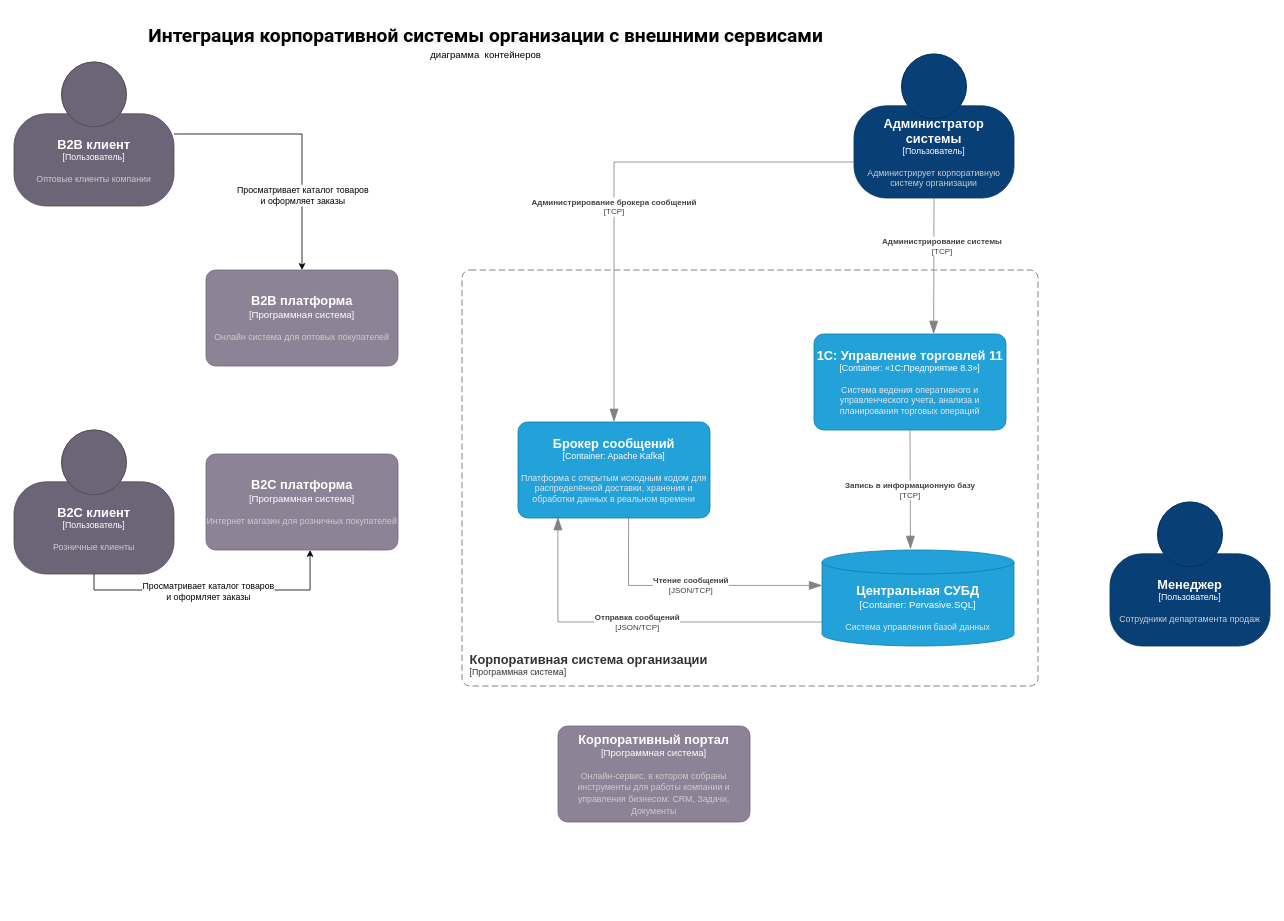
Before: Component_Diagram.drawio in OlegM161/draw, a draw.io diagram. Source tidied: cells renumbered, new cells numbered last; positions are measured from the earlier drawing's top-left corner, leaving out a move shared by most shapes. Both pictures are drawn from the tidied source at 80%, with x=0, y=0 at pixel (14, 14).
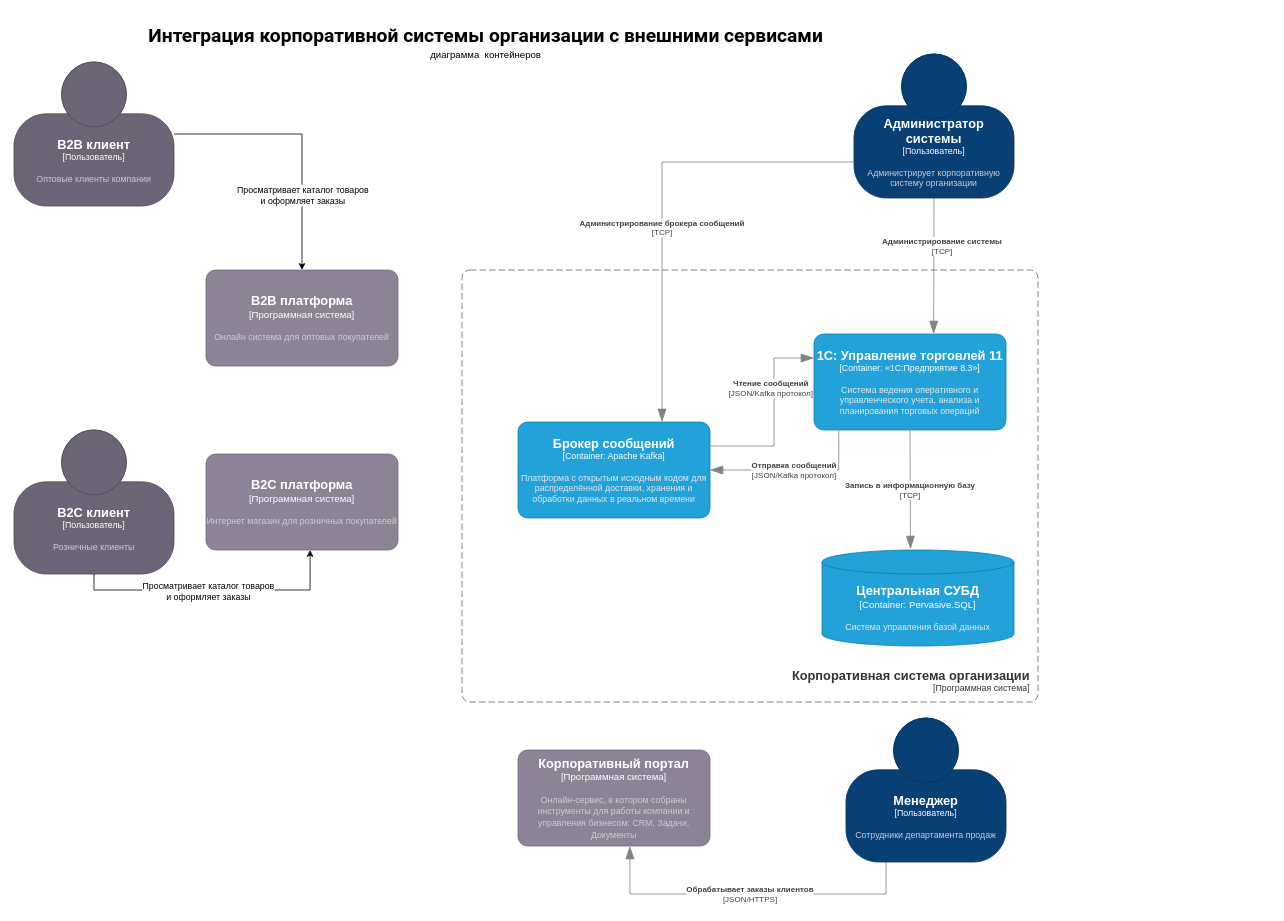
The same diagram, later.

Unchanged cells that the change refers to:
```xml
<object id="2" label="&lt;font style=&quot;font-size: 16px&quot;&gt;&lt;b&gt;%c4Name%&lt;/b&gt;&lt;/font&gt;&lt;div&gt;[%c4Type%]&lt;/div&gt;&lt;br&gt;&lt;div&gt;&lt;font style=&quot;font-size: 11px&quot;&gt;&lt;font color=&quot;#cccccc&quot;&gt;%c4Description%&lt;/font&gt;&lt;/div&gt;" c4Description="Администрирует корпоративную систему организации" c4Name="Администратор системы" c4Type="Пользователь" placeholders="1">
  <mxCell style="html=1;fontSize=11;dashed=0;whiteSpace=wrap;fillColor=#083F75;strokeColor=#06315C;fontColor=#ffffff;shape=mxgraph.c4.person2;align=center;points=[[0.5,0,0],[1,0.5,0],[1,0.75,0],[0.75,1,0],[0.5,1,0],[0.25,1,0],[0,0.75,0],[0,0.5,0]];" parent="1" vertex="1">
    <mxGeometry x="1050" y="50" width="200" height="180" as="geometry" />
  </mxCell>
</object>
<object id="15" label="&lt;font style=&quot;font-size: 16px&quot;&gt;&lt;b&gt;%c4Name%&lt;/b&gt;&lt;/font&gt;&lt;div&gt;[%c4Type%:&amp;nbsp;%c4Technology%]&lt;/div&gt;&lt;br&gt;&lt;div&gt;&lt;font style=&quot;font-size: 11px&quot;&gt;&lt;font color=&quot;#E6E6E6&quot;&gt;%c4Description%&lt;/font&gt;&lt;/div&gt;" c4Description="Система управления базой данных" c4Name="Центральная СУБД" c4Technology="Pervasive.SQL" c4Type="Container" placeholders="1">
  <mxCell style="shape=cylinder3;size=15;whiteSpace=wrap;html=1;boundedLbl=1;rounded=0;labelBackgroundColor=none;fillColor=#23A2D9;fontSize=12;fontColor=#ffffff;align=center;strokeColor=#0E7DAD;points=[[0.5,0,0],[1,0.25,0],[1,0.5,0],[1,0.75,0],[0.5,1,0],[0,0.75,0],[0,0.5,0],[0,0.25,0]];" parent="1" vertex="1">
    <mxGeometry x="1010" y="670" width="240" height="120" as="geometry" />
  </mxCell>
</object>
<object id="16" label="&lt;font style=&quot;font-size: 16px&quot;&gt;&lt;b&gt;%c4Name%&lt;/b&gt;&lt;/font&gt;&lt;div&gt;[%c4Type%: %c4Technology%]&lt;/div&gt;&lt;br&gt;&lt;div&gt;&lt;font style=&quot;font-size: 11px&quot;&gt;&lt;font color=&quot;#E6E6E6&quot;&gt;%c4Description%&lt;/font&gt;&lt;/div&gt;" c4Description="Платформа с открытым исходным кодом для распределённой доставки, хранения и обработки данных в реальном времени" c4Name="Брокер сообщений" c4Technology="Apache Kafka" c4Type="Container" placeholders="1">
  <mxCell style="rounded=1;whiteSpace=wrap;html=1;fontSize=11;labelBackgroundColor=none;fillColor=#23A2D9;fontColor=#ffffff;align=center;arcSize=10;strokeColor=#0E7DAD;points=[[0.25,0,0],[0.5,0,0],[0.75,0,0],[1,0.25,0],[1,0.5,0],[1,0.75,0],[0.75,1,0],[0.5,1,0],[0.25,1,0],[0,0.75,0],[0,0.5,0],[0,0.25,0]];" parent="1" vertex="1">
    <mxGeometry x="630" y="510" width="240" height="120" as="geometry" />
  </mxCell>
</object>
<object id="17" label="&lt;font style=&quot;font-size: 16px&quot;&gt;&lt;b&gt;%c4Name%&lt;/b&gt;&lt;/font&gt;&lt;div&gt;[%c4Type%: %c4Technology%]&lt;/div&gt;&lt;br&gt;&lt;div&gt;&lt;font style=&quot;font-size: 11px&quot;&gt;&lt;font color=&quot;#E6E6E6&quot;&gt;%c4Description%&lt;/font&gt;&lt;/div&gt;" c4Description="Система ведения оперативного и управленческого учета, анализа и планирования торговых операций" c4Name="1C: Управление торговлей 11" c4Technology="«1С:Предприятие 8.3»" c4Type="Container" placeholders="1">
  <mxCell style="rounded=1;whiteSpace=wrap;html=1;fontSize=11;labelBackgroundColor=none;fillColor=#23A2D9;fontColor=#ffffff;align=center;arcSize=10;strokeColor=#0E7DAD;points=[[0.25,0,0],[0.5,0,0],[0.75,0,0],[1,0.25,0],[1,0.5,0],[1,0.75,0],[0.75,1,0],[0.5,1,0],[0.25,1,0],[0,0.75,0],[0,0.5,0],[0,0.25,0]];" parent="1" vertex="1">
    <mxGeometry x="1000" y="400" width="240" height="120" as="geometry" />
  </mxCell>
</object>
```

The edit, as a diff of the source:
```diff
@@
     <object id="3" label="&lt;font style=&quot;font-size: 16px&quot;&gt;&lt;b&gt;%c4Name%&lt;/b&gt;&lt;/font&gt;&lt;div&gt;[%c4Type%]&lt;/div&gt;&lt;br&gt;&lt;div&gt;&lt;font style=&quot;font-size: 11px&quot;&gt;&lt;font color=&quot;#cccccc&quot;&gt;%c4Description%&lt;/font&gt;&lt;/div&gt;" c4Description="Онлайн система для оптовых покупателей" c4Name="B2B платформа" c4Type="Программная система" placeholders="1">
-      <mxCell style="rounded=1;whiteSpace=wrap;html=1;labelBackgroundColor=none;fillColor=#8C8496;fontColor=#ffffff;align=center;arcSize=10;strokeColor=#736782;points=[[0.25,0,0],[0.5,0,0],[0.75,0,0],[1,0.25,0],[1,0.5,0],[1,0.75,0],[0.75,1,0],[0.5,1,0],[0.25,1,0],[0,0.75,0],[0,0.5,0],[0,0.25,0]];" parent="1" vertex="1">
+      <mxCell style="rounded=1;whiteSpace=wrap;html=1;labelBackgroundColor=none;fillColor=#8C8496;fontColor=#ffffff;align=center;arcSize=10;strokeColor=#736782;points=[[0.25,0,0],[0.5,0,0],[0.75,0,0],[1,0.25,0],[1,0.5,0],[1,0.75,0],[0.75,1,0],[0.5,1,0],[0.25,1,0],[0,0.75,0],[0,0.5,0],[0,0.25,0]];imageWidth=24;imageHeight=24;" parent="1" vertex="1">
         <mxGeometry x="240" y="320" width="240" height="120" as="geometry" />
       </mxCell>
     </object>
@@
     <object id="5" label="&lt;font style=&quot;font-size: 16px&quot;&gt;&lt;b&gt;%c4Name%&lt;/b&gt;&lt;/font&gt;&lt;div&gt;[%c4Type%]&lt;/div&gt;&lt;br&gt;&lt;div&gt;&lt;font style=&quot;font-size: 11px&quot;&gt;&lt;font color=&quot;#cccccc&quot;&gt;%c4Description%&lt;/font&gt;&lt;/div&gt;" c4Description="Онлайн-сервис, в котором собраны инструменты для работы компании и управления бизнесом: CRM, Задачи, Документы" c4Name="Корпоративный портал" c4Type="Программная система" placeholders="1">
       <mxCell style="rounded=1;whiteSpace=wrap;html=1;labelBackgroundColor=none;fillColor=#8C8496;fontColor=#ffffff;align=center;arcSize=10;strokeColor=#736782;points=[[0.25,0,0],[0.5,0,0],[0.75,0,0],[1,0.25,0],[1,0.5,0],[1,0.75,0],[0.75,1,0],[0.5,1,0],[0.25,1,0],[0,0.75,0],[0,0.5,0],[0,0.25,0]];" parent="1" vertex="1">
-        <mxGeometry x="680" y="890" width="240" height="120" as="geometry" />
+        <mxGeometry x="630" y="920" width="240" height="120" as="geometry" />
       </mxCell>
     </object>
@@
     <object id="10" label="&lt;font style=&quot;font-size: 16px&quot;&gt;&lt;b&gt;%c4Name%&lt;/b&gt;&lt;/font&gt;&lt;div&gt;[%c4Type%]&lt;/div&gt;&lt;br&gt;&lt;div&gt;&lt;font style=&quot;font-size: 11px&quot;&gt;&lt;font color=&quot;#cccccc&quot;&gt;%c4Description%&lt;/font&gt;&lt;/div&gt;" c4Description="Сотрудники департамента продаж" c4Name="Менеджер" c4Type="Пользователь" placeholders="1">
       <mxCell style="html=1;fontSize=11;dashed=0;whiteSpace=wrap;fillColor=#083F75;strokeColor=#06315C;fontColor=#ffffff;shape=mxgraph.c4.person2;align=center;points=[[0.5,0,0],[1,0.5,0],[1,0.75,0],[0.75,1,0],[0.5,1,0],[0.25,1,0],[0,0.75,0],[0,0.5,0]];" parent="1" vertex="1">
-        <mxGeometry x="1370" y="610" width="200" height="180" as="geometry" />
+        <mxGeometry x="1040" y="880" width="200" height="180" as="geometry" />
       </mxCell>
     </object>
@@
-    <object id="14" label="&lt;font style=&quot;font-size: 16px&quot;&gt;&lt;b&gt;&lt;div style=&quot;text-align: left&quot;&gt;%c4Name%&lt;/div&gt;&lt;/b&gt;&lt;/font&gt;&lt;div style=&quot;text-align: left&quot;&gt;[%c4Application%]&lt;/div&gt;" c4Application="Программная система" c4Name="Корпоративная система организации" placeholders="1">
-      <mxCell style="rounded=1;fontSize=11;whiteSpace=wrap;html=1;dashed=1;arcSize=20;fillColor=none;strokeColor=#666666;fontColor=#333333;labelBackgroundColor=none;align=left;verticalAlign=bottom;labelBorderColor=none;spacingTop=0;spacing=10;dashPattern=8 4;perimeter=rectanglePerimeter;noLabel=0;labelPadding=0;absoluteArcSize=1;" parent="1" vertex="1">
-        <mxGeometry x="560" y="320" width="720" height="520" as="geometry" />
+    <object id="14" label="&lt;font style=&quot;font-size: 16px&quot;&gt;&lt;b&gt;&lt;div style=&quot;&quot;&gt;%c4Name%&lt;/div&gt;&lt;/b&gt;&lt;/font&gt;&lt;div style=&quot;&quot;&gt;[%c4Application%]&lt;/div&gt;" c4Application="Программная система" c4Name="Корпоративная система организации" placeholders="1">
+      <mxCell style="rounded=1;fontSize=11;whiteSpace=wrap;html=1;dashed=1;arcSize=20;fillColor=none;strokeColor=#666666;fontColor=#333333;labelBackgroundColor=none;align=right;verticalAlign=bottom;labelBorderColor=none;spacingTop=0;spacing=10;dashPattern=8 4;perimeter=rectanglePerimeter;noLabel=0;labelPadding=0;absoluteArcSize=1;" parent="1" vertex="1">
+        <mxGeometry x="560" y="320" width="720" height="540" as="geometry" />
       </mxCell>
     </object>
@@
     <object id="18" label="&lt;div style=&quot;text-align: left&quot;&gt;&lt;div style=&quot;text-align: center&quot;&gt;&lt;b&gt;%c4Description%&lt;/b&gt;&lt;/div&gt;&lt;div style=&quot;text-align: center&quot;&gt;[%c4Technology%]&lt;/div&gt;&lt;/div&gt;" c4Description="Администрирование брокера сообщений" c4Technology="TCP" placeholders="1">
-      <mxCell style="endArrow=blockThin;html=1;fontSize=10;fontColor=#404040;strokeWidth=1;endFill=1;strokeColor=#828282;elbow=vertical;endSize=14;startSize=14;jumpStyle=arc;jumpSize=16;rounded=0;edgeStyle=orthogonalEdgeStyle;exitX=0;exitY=0.75;exitDx=0;exitDy=0;exitPerimeter=0;" parent="1" edge="1" source="2" target="16">
+      <mxCell style="endArrow=blockThin;html=1;fontSize=10;fontColor=#404040;strokeWidth=1;endFill=1;strokeColor=#828282;elbow=vertical;endSize=14;startSize=14;jumpStyle=arc;jumpSize=16;rounded=0;edgeStyle=orthogonalEdgeStyle;exitX=0;exitY=0.75;exitDx=0;exitDy=0;exitPerimeter=0;entryX=0.75;entryY=0;entryDx=0;entryDy=0;entryPerimeter=0;" parent="1" edge="1" source="2" target="16">
         <mxGeometry x="0.14" relative="1" as="geometry" />
       </mxCell>
     </object>
@@
-    <object id="21" label="&lt;div style=&quot;text-align: left&quot;&gt;&lt;div style=&quot;text-align: center&quot;&gt;&lt;b&gt;%c4Description%&lt;/b&gt;&lt;/div&gt;&lt;div style=&quot;text-align: center&quot;&gt;[%c4Technology%]&lt;/div&gt;&lt;/div&gt;" c4Description="Чтение сообщений" c4Technology="JSON/TCP" placeholders="1">
-      <mxCell style="endArrow=blockThin;html=1;fontSize=10;fontColor=#404040;strokeWidth=1;endFill=1;strokeColor=#828282;elbow=vertical;endSize=14;startSize=14;jumpStyle=arc;jumpSize=16;rounded=0;edgeStyle=orthogonalEdgeStyle;exitX=0.576;exitY=0.995;exitDx=0;exitDy=0;exitPerimeter=0;entryX=0.001;entryY=0.369;entryDx=0;entryDy=0;entryPerimeter=0;" parent="1" edge="1" source="16" target="15">
-        <mxGeometry relative="1" as="geometry" />
+    <object id="21" label="&lt;div style=&quot;text-align: left&quot;&gt;&lt;div style=&quot;text-align: center&quot;&gt;&lt;b&gt;%c4Description%&lt;/b&gt;&lt;/div&gt;&lt;div style=&quot;text-align: center&quot;&gt;[%c4Technology%]&lt;/div&gt;&lt;/div&gt;" c4Description="Чтение сообщений" c4Technology="JSON/Kafka протокол" placeholders="1">
+      <mxCell style="endArrow=blockThin;html=1;fontSize=10;fontColor=#404040;strokeWidth=1;endFill=1;strokeColor=#828282;elbow=vertical;endSize=14;startSize=14;jumpStyle=arc;jumpSize=16;rounded=0;edgeStyle=orthogonalEdgeStyle;exitX=1;exitY=0.25;exitDx=0;exitDy=0;exitPerimeter=0;entryX=0;entryY=0.25;entryDx=0;entryDy=0;entryPerimeter=0;" parent="1" edge="1" source="16" target="17">
+        <mxGeometry x="0.27" y="4" relative="1" as="geometry">
+          <Array as="points">
+            <mxPoint x="950" y="540" />
+            <mxPoint x="950" y="430" />
+          </Array>
+        </mxGeometry>
       </mxCell>
     </object>
-    <object id="22" label="&lt;div style=&quot;text-align: left&quot;&gt;&lt;div style=&quot;text-align: center&quot;&gt;&lt;b&gt;%c4Description%&lt;/b&gt;&lt;/div&gt;&lt;div style=&quot;text-align: center&quot;&gt;[%c4Technology%]&lt;/div&gt;&lt;/div&gt;" c4Description="Отправка сообщений" c4Technology="JSON/TCP" placeholders="1">
-      <mxCell style="endArrow=blockThin;html=1;fontSize=10;fontColor=#404040;strokeWidth=1;endFill=1;strokeColor=#828282;elbow=vertical;endSize=14;startSize=14;jumpStyle=arc;jumpSize=16;rounded=0;edgeStyle=orthogonalEdgeStyle;exitX=0;exitY=0.75;exitDx=0;exitDy=0;exitPerimeter=0;entryX=0.208;entryY=0.99;entryDx=0;entryDy=0;entryPerimeter=0;" parent="1" edge="1" source="15" target="16">
+    <object id="22" label="&lt;div style=&quot;text-align: left&quot;&gt;&lt;div style=&quot;text-align: center&quot;&gt;&lt;b&gt;%c4Description%&lt;/b&gt;&lt;/div&gt;&lt;div style=&quot;text-align: center&quot;&gt;[%c4Technology%]&lt;/div&gt;&lt;/div&gt;" c4Description="Отправка сообщений" c4Technology="JSON/Kafka протокол" placeholders="1">
+      <mxCell style="endArrow=blockThin;html=1;fontSize=10;fontColor=#404040;strokeWidth=1;endFill=1;strokeColor=#828282;elbow=vertical;endSize=14;startSize=14;jumpStyle=arc;jumpSize=16;rounded=0;edgeStyle=orthogonalEdgeStyle;exitX=0.129;exitY=0.999;exitDx=0;exitDy=0;exitPerimeter=0;entryX=1;entryY=0.5;entryDx=0;entryDy=0;entryPerimeter=0;" parent="1" edge="1" source="17" target="16">
         <mxGeometry relative="1" as="geometry" />
       </mxCell>
     </object>
+    <object id="23" label="&lt;div style=&quot;text-align: left&quot;&gt;&lt;div style=&quot;text-align: center&quot;&gt;&lt;b&gt;%c4Description%&lt;/b&gt;&lt;/div&gt;&lt;div style=&quot;text-align: center&quot;&gt;[%c4Technology%]&lt;/div&gt;&lt;/div&gt;" c4Description="Обрабатывает заказы клиентов" c4Technology="JSON/HTTPS" placeholders="1">
+      <mxCell style="endArrow=blockThin;html=1;fontSize=10;fontColor=#404040;strokeWidth=1;endFill=1;strokeColor=#828282;elbow=vertical;endSize=14;startSize=14;jumpStyle=arc;jumpSize=16;rounded=0;edgeStyle=orthogonalEdgeStyle;exitX=0.25;exitY=1;exitDx=0;exitDy=0;exitPerimeter=0;entryX=0.583;entryY=1;entryDx=0;entryDy=0;entryPerimeter=0;" parent="1" edge="1" source="10" target="5">
+        <mxGeometry relative="1" as="geometry">
+          <Array as="points">
+            <mxPoint x="1090" y="1100" />
+            <mxPoint x="770" y="1100" />
+          </Array>
+        </mxGeometry>
+      </mxCell>
+    </object>
```
